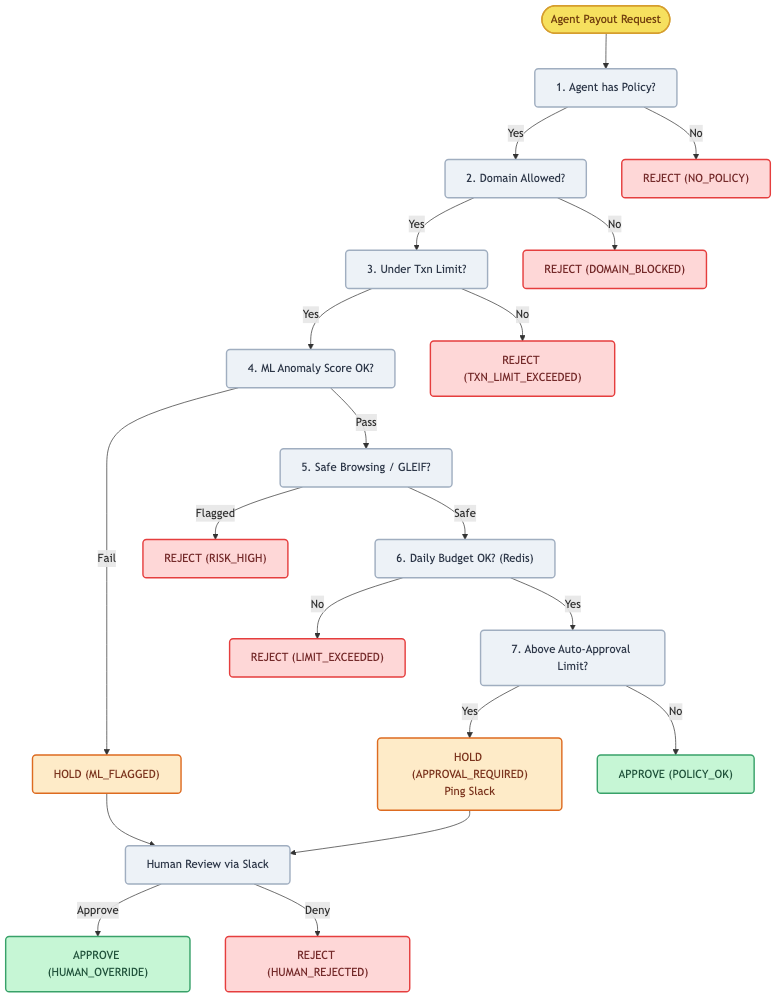
guglxni/VyapaarClaw keeps this Mermaid diagram as docs/system_flow.png. Above is the earlier version. Its source is kept beside it as docs/system_flow.mmd. Source of this version:
```mermaid
graph TD
    classDef io fill:#000,stroke:#000,color:#fff,font-family:monospace;
    classDef step fill:#fff,stroke:#000,stroke-width:1px,font-family:monospace;
    classDef cond fill:#fff,stroke:#000,stroke-width:1px,font-family:monospace;
    classDef terminal fill:#f0f0f0,stroke:#333,stroke-width:1px,stroke-dasharray: 4 4,font-family:monospace;

    Start(["Input: Agent Payout Request"]):::io --> CheckPol{"1. Policy<br/>Valid?"}:::cond
    CheckPol -- Yes --> CheckDom{"2. Domain<br/>Allowed?"}:::cond
    CheckPol -- No --> R1["Reject (NO_POLICY)"]:::terminal

    CheckDom -- Yes --> CheckTxn{"3. Under<br/>Txn Limit?"}:::cond
    CheckDom -- No --> R2["Reject (DOMAIN_BLOCKED)"]:::terminal

    CheckTxn -- Yes --> CheckML{"4. Anomaly<br/>Score OK?"}:::cond
    CheckTxn -- No --> R3["Reject (LIMIT_EXCEEDED)"]:::terminal

    CheckML -- Pass --> CheckRep{"5. Reputation<br/>Safe?"}:::cond
    CheckML -- Fail --> H1["Hold (ML_FLAGGED)"]:::step

    CheckRep -- Yes --> CheckBud{"6. Budget<br/>Available?"}:::cond
    CheckRep -- No --> R4["Reject (RISK_HIGH)"]:::terminal

    CheckBud -- Yes --> CheckAuto{"7. Auto<br/>Approve?"}:::cond
    CheckBud -- No --> R5["Reject (NO_FUNDS)"]:::terminal

    CheckAuto -- Yes --> App["Approve Payout"]:::terminal
    CheckAuto -- No --> H2["Hold (REQUIRE_L1)"]:::step

    H1 --> M["Manual Review via Slack"]:::step
    H2 --> M
    M -- Approve --> App
    M -- Deny --> R6["Reject (OVERRIDE)"]:::terminal
```
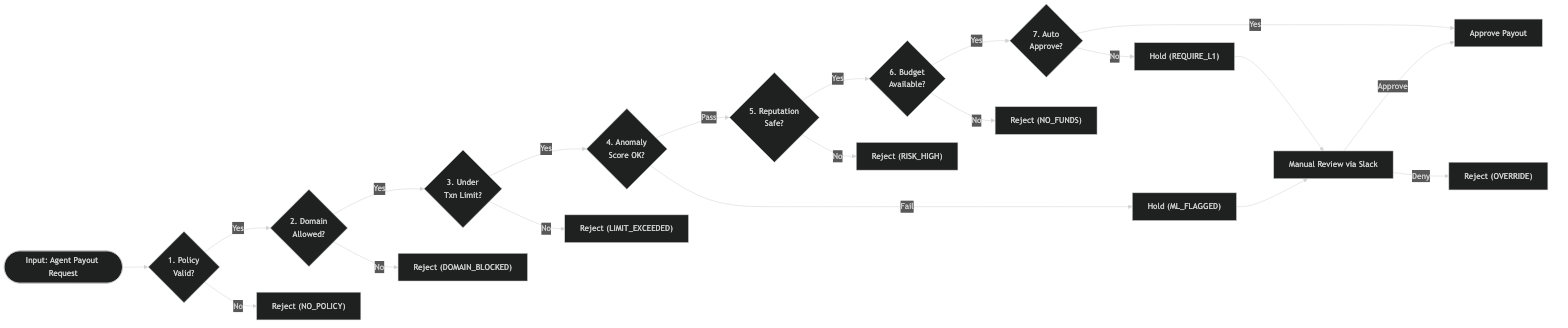
Later version of the same file.

Diff of the diagram source:
```diff
@@ -1,32 +1,27 @@
-graph TD
-    classDef io fill:#000,stroke:#000,color:#fff,font-family:monospace;
-    classDef step fill:#fff,stroke:#000,stroke-width:1px,font-family:monospace;
-    classDef cond fill:#fff,stroke:#000,stroke-width:1px,font-family:monospace;
-    classDef terminal fill:#f0f0f0,stroke:#333,stroke-width:1px,stroke-dasharray: 4 4,font-family:monospace;
+graph LR
+    Start(["Input: Agent Payout Request"]) --> CheckPol{"1. Policy<br/>Valid?"}
+    CheckPol -- Yes --> CheckDom{"2. Domain<br/>Allowed?"}
+    CheckPol -- No --> R1["Reject (NO_POLICY)"]
 
-    Start(["Input: Agent Payout Request"]):::io --> CheckPol{"1. Policy<br/>Valid?"}:::cond
-    CheckPol -- Yes --> CheckDom{"2. Domain<br/>Allowed?"}:::cond
-    CheckPol -- No --> R1["Reject (NO_POLICY)"]:::terminal
+    CheckDom -- Yes --> CheckTxn{"3. Under<br/>Txn Limit?"}
+    CheckDom -- No --> R2["Reject (DOMAIN_BLOCKED)"]
 
-    CheckDom -- Yes --> CheckTxn{"3. Under<br/>Txn Limit?"}:::cond
-    CheckDom -- No --> R2["Reject (DOMAIN_BLOCKED)"]:::terminal
+    CheckTxn -- Yes --> CheckML{"4. Anomaly<br/>Score OK?"}
+    CheckTxn -- No --> R3["Reject (LIMIT_EXCEEDED)"]
 
-    CheckTxn -- Yes --> CheckML{"4. Anomaly<br/>Score OK?"}:::cond
-    CheckTxn -- No --> R3["Reject (LIMIT_EXCEEDED)"]:::terminal
+    CheckML -- Pass --> CheckRep{"5. Reputation<br/>Safe?"}
+    CheckML -- Fail --> H1["Hold (ML_FLAGGED)"]
 
-    CheckML -- Pass --> CheckRep{"5. Reputation<br/>Safe?"}:::cond
-    CheckML -- Fail --> H1["Hold (ML_FLAGGED)"]:::step
+    CheckRep -- Yes --> CheckBud{"6. Budget<br/>Available?"}
+    CheckRep -- No --> R4["Reject (RISK_HIGH)"]
 
-    CheckRep -- Yes --> CheckBud{"6. Budget<br/>Available?"}:::cond
-    CheckRep -- No --> R4["Reject (RISK_HIGH)"]:::terminal
+    CheckBud -- Yes --> CheckAuto{"7. Auto<br/>Approve?"}
+    CheckBud -- No --> R5["Reject (NO_FUNDS)"]
 
-    CheckBud -- Yes --> CheckAuto{"7. Auto<br/>Approve?"}:::cond
-    CheckBud -- No --> R5["Reject (NO_FUNDS)"]:::terminal
+    CheckAuto -- Yes --> App["Approve Payout"]
+    CheckAuto -- No --> H2["Hold (REQUIRE_L1)"]
 
-    CheckAuto -- Yes --> App["Approve Payout"]:::terminal
-    CheckAuto -- No --> H2["Hold (REQUIRE_L1)"]:::step
-
-    H1 --> M["Manual Review via Slack"]:::step
+    H1 --> M["Manual Review via Slack"]
     H2 --> M
     M -- Approve --> App
-    M -- Deny --> R6["Reject (OVERRIDE)"]:::terminal
+    M -- Deny --> R6["Reject (OVERRIDE)"]
```
